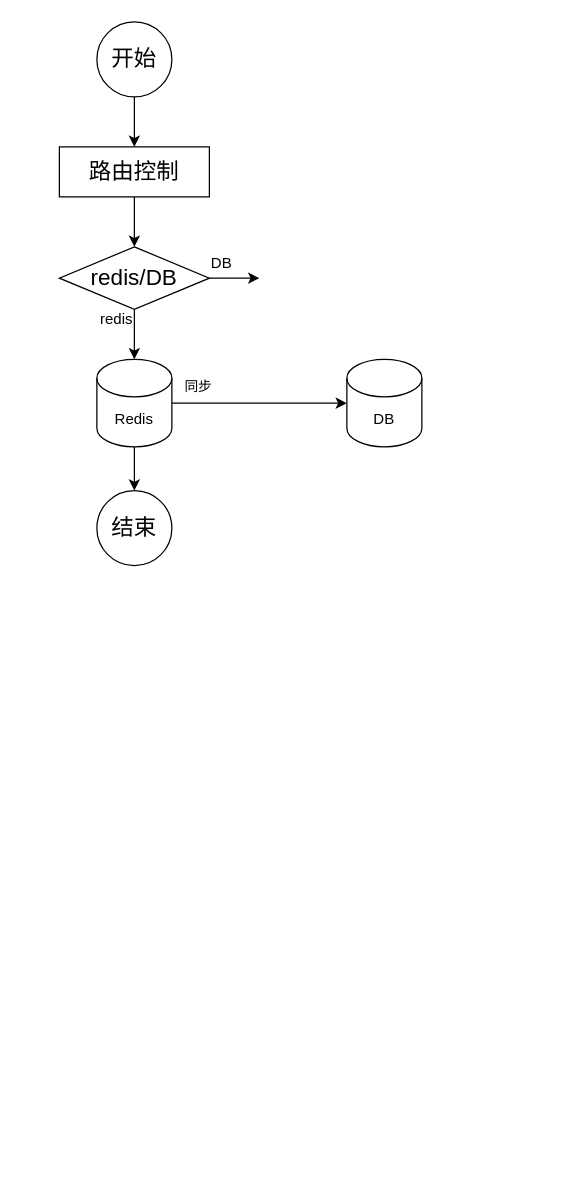
This is redis降级.drawio from S0Louis/drowio, a draw.io file, before an edit. Source tidied: cells renumbered, new cells numbered last; positions are measured from the earlier drawing's top-left corner, leaving out a move shared by most shapes. Both pictures are drawn from the tidied source at 125%, with x=0, y=0 at pixel (59, 21).
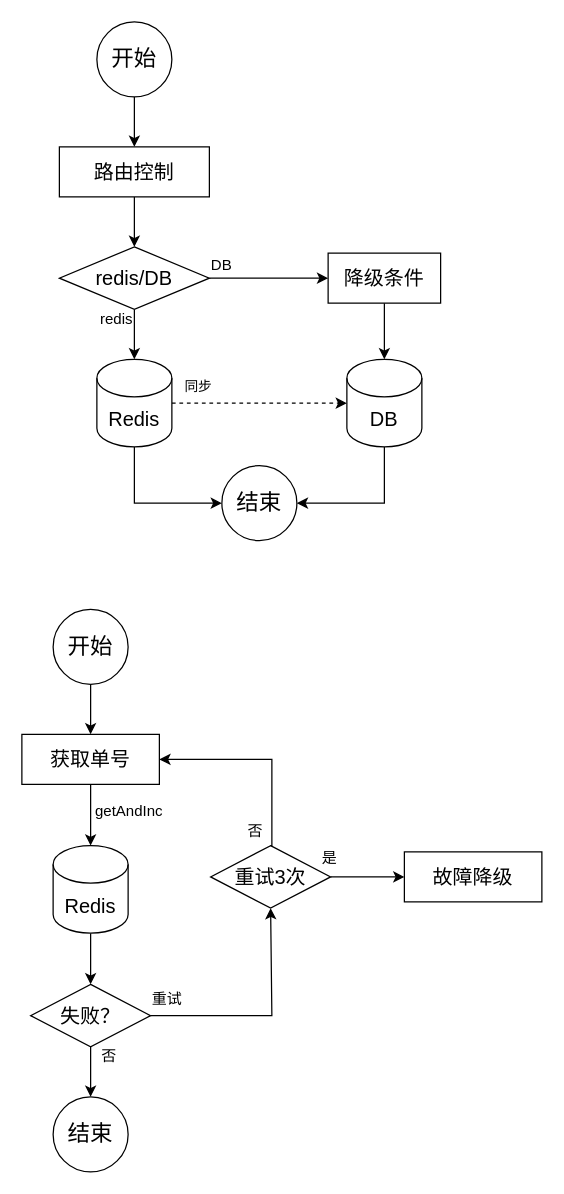
The same diagram, later.

Change to the diagram source:
```diff
@@
-    <mxCell id="5" value="路由控制" style="rounded=0;whiteSpace=wrap;html=1;fontSize=18;" parent="1" vertex="1">
+    <mxCell id="5" value="路由控制" style="rounded=0;whiteSpace=wrap;html=1;fontSize=16;" parent="1" vertex="1">
       <mxGeometry y="100" width="120" height="40" as="geometry" />
     </mxCell>
@@
-    <mxCell id="7" value="redis/DB" style="rhombus;whiteSpace=wrap;html=1;fontSize=18;" parent="1" vertex="1">
+    <mxCell id="7" value="redis/DB" style="rhombus;whiteSpace=wrap;html=1;fontSize=16;" parent="1" vertex="1">
       <mxGeometry y="180" width="120" height="50" as="geometry" />
     </mxCell>
@@
     <mxCell id="9" value="DB" style="text;html=1;align=center;verticalAlign=middle;whiteSpace=wrap;rounded=0;" parent="1" vertex="1">
-      <mxGeometry x="100" y="178" width="60" height="30" as="geometry" />
+      <mxGeometry x="100" y="180" width="60" height="30" as="geometry" />
     </mxCell>
-    <mxCell id="10" style="edgeStyle=orthogonalEdgeStyle;rounded=0;jettySize=auto;html=1;" parent="1" edge="1" source="7">
-      <mxGeometry relative="1" as="geometry">
-        <mxPoint x="160" y="205" as="targetPoint" />
-      </mxGeometry>
+    <mxCell id="10" style="edgeStyle=orthogonalEdgeStyle;rounded=0;jettySize=auto;html=1;entryX=0;entryY=0.5;entryDx=0;entryDy=0;" parent="1" edge="1" source="7" target="18">
+      <mxGeometry relative="1" as="geometry" />
     </mxCell>
-    <mxCell id="11" style="edgeStyle=orthogonalEdgeStyle;rounded=0;jettySize=auto;html=1;" parent="1" edge="1" source="14" target="15">
+    <mxCell id="11" style="edgeStyle=orthogonalEdgeStyle;rounded=0;jettySize=auto;html=1;dashed=1;" parent="1" edge="1" source="14" target="15">
       <mxGeometry relative="1" as="geometry" />
     </mxCell>
@@
-    <mxCell id="13" style="edgeStyle=orthogonalEdgeStyle;rounded=0;jettySize=auto;html=1;" parent="1" edge="1" source="14" target="16">
-      <mxGeometry relative="1" as="geometry" />
-    </mxCell>
-    <mxCell id="14" value="Redis" style="shape=cylinder3;whiteSpace=wrap;html=1;boundedLbl=1;backgroundOutline=1;size=15;" parent="1" vertex="1">
+    <mxCell id="14" value="Redis" style="shape=cylinder3;whiteSpace=wrap;html=1;boundedLbl=1;backgroundOutline=1;size=15;fontSize=16;" parent="1" vertex="1">
       <mxGeometry x="30" y="270" width="60" height="70" as="geometry" />
     </mxCell>
-    <mxCell id="15" value="DB" style="shape=cylinder3;whiteSpace=wrap;html=1;boundedLbl=1;backgroundOutline=1;size=15;" parent="1" vertex="1">
+    <mxCell id="15" value="DB" style="shape=cylinder3;whiteSpace=wrap;html=1;boundedLbl=1;backgroundOutline=1;size=15;fontSize=16;" parent="1" vertex="1">
       <mxGeometry x="230" y="270" width="60" height="70" as="geometry" />
     </mxCell>
-    <mxCell id="16" value="&lt;font style=&quot;font-size: 18px;&quot;&gt;结束&lt;/font&gt;" style="ellipse;whiteSpace=wrap;html=1;" parent="1" vertex="1">
-      <mxGeometry x="30" y="375" width="60" height="60" as="geometry" />
-    </mxCell>
+    <mxCell id="17" style="edgeStyle=orthogonalEdgeStyle;rounded=0;jettySize=auto;html=1;" parent="1" edge="1" source="18" target="15">
+      <mxGeometry relative="1" as="geometry" />
+    </mxCell>
+    <mxCell id="18" value="降级条件" style="rounded=0;whiteSpace=wrap;html=1;fontSize=16;" parent="1" vertex="1">
+      <mxGeometry x="215" y="185" width="90" height="40" as="geometry" />
+    </mxCell>
+    <mxCell id="19" style="edgeStyle=orthogonalEdgeStyle;rounded=0;jettySize=auto;html=1;exitX=0.5;exitY=1;exitDx=0;exitDy=0;exitPerimeter=0;" parent="1" edge="1" source="14" target="20">
+      <mxGeometry relative="1" as="geometry">
+        <Array as="points">
+          <mxPoint x="60" y="385" />
+        </Array>
+      </mxGeometry>
+    </mxCell>
+    <mxCell id="20" value="&lt;font style=&quot;font-size: 18px;&quot;&gt;结束&lt;/font&gt;" style="ellipse;whiteSpace=wrap;html=1;" parent="1" vertex="1">
+      <mxGeometry x="130" y="355" width="60" height="60" as="geometry" />
+    </mxCell>
+    <mxCell id="21" style="edgeStyle=orthogonalEdgeStyle;rounded=0;jettySize=auto;html=1;exitX=0.5;exitY=1;exitDx=0;exitDy=0;exitPerimeter=0;entryX=1;entryY=0.5;entryDx=0;entryDy=0;" parent="1" edge="1" source="15" target="20">
+      <mxGeometry relative="1" as="geometry">
+        <Array as="points">
+          <mxPoint x="260" y="385" />
+        </Array>
+      </mxGeometry>
+    </mxCell>
+    <mxCell id="22" style="edgeStyle=orthogonalEdgeStyle;rounded=0;jettySize=auto;html=1;" parent="1" edge="1" source="23" target="25">
+      <mxGeometry relative="1" as="geometry" />
+    </mxCell>
+    <mxCell id="23" value="获取单号" style="rounded=0;whiteSpace=wrap;html=1;fontSize=16;" parent="1" vertex="1">
+      <mxGeometry x="-30" y="570" width="110" height="40" as="geometry" />
+    </mxCell>
+    <mxCell id="24" style="edgeStyle=orthogonalEdgeStyle;rounded=0;jettySize=auto;html=1;" parent="1" edge="1" source="25" target="31">
+      <mxGeometry relative="1" as="geometry" />
+    </mxCell>
+    <mxCell id="25" value="Redis" style="shape=cylinder3;whiteSpace=wrap;html=1;boundedLbl=1;backgroundOutline=1;size=15;fontSize=16;" parent="1" vertex="1">
+      <mxGeometry x="-5" y="659" width="60" height="70" as="geometry" />
+    </mxCell>
+    <mxCell id="26" value="getAndInc" style="text;html=1;align=center;verticalAlign=middle;whiteSpace=wrap;rounded=0;" parent="1" vertex="1">
+      <mxGeometry x="26" y="617" width="60" height="30" as="geometry" />
+    </mxCell>
+    <mxCell id="27" style="edgeStyle=orthogonalEdgeStyle;rounded=0;jettySize=auto;html=1;entryX=0.5;entryY=0;entryDx=0;entryDy=0;" parent="1" edge="1" source="28" target="23">
+      <mxGeometry relative="1" as="geometry" />
+    </mxCell>
+    <mxCell id="28" value="&lt;font style=&quot;font-size: 18px;&quot;&gt;开始&lt;/font&gt;" style="ellipse;whiteSpace=wrap;html=1;" parent="1" vertex="1">
+      <mxGeometry x="-5" y="470" width="60" height="60" as="geometry" />
+    </mxCell>
+    <mxCell id="29" style="edgeStyle=orthogonalEdgeStyle;rounded=0;jettySize=auto;html=1;exitX=1;exitY=0.5;exitDx=0;exitDy=0;entryX=0.5;entryY=1;entryDx=0;entryDy=0;" parent="1" edge="1" source="31" target="33">
+      <mxGeometry relative="1" as="geometry">
+        <Array as="points">
+          <mxPoint x="170" y="795" />
+        </Array>
+      </mxGeometry>
+    </mxCell>
+    <mxCell id="30" style="edgeStyle=orthogonalEdgeStyle;rounded=0;jettySize=auto;html=1;" parent="1" edge="1" source="31" target="39">
+      <mxGeometry relative="1" as="geometry" />
+    </mxCell>
+    <mxCell id="31" value="失败？" style="rhombus;whiteSpace=wrap;html=1;fontSize=16;" parent="1" vertex="1">
+      <mxGeometry x="-23" y="770" width="96" height="50" as="geometry" />
+    </mxCell>
+    <mxCell id="32" value="重试" style="text;html=1;align=center;verticalAlign=middle;whiteSpace=wrap;rounded=0;" parent="1" vertex="1">
+      <mxGeometry x="72" y="772" width="29" height="20" as="geometry" />
+    </mxCell>
+    <mxCell id="33" value="重试3次" style="rhombus;whiteSpace=wrap;html=1;fontSize=16;" parent="1" vertex="1">
+      <mxGeometry x="121" y="659" width="96" height="50" as="geometry" />
+    </mxCell>
+    <mxCell id="34" style="edgeStyle=orthogonalEdgeStyle;rounded=0;jettySize=auto;html=1;exitX=0.5;exitY=0;exitDx=0;exitDy=0;entryX=1;entryY=0.5;entryDx=0;entryDy=0;" parent="1" edge="1" source="33" target="23">
+      <mxGeometry relative="1" as="geometry">
+        <Array as="points">
+          <mxPoint x="170" y="659" />
+          <mxPoint x="170" y="590" />
+        </Array>
+      </mxGeometry>
+    </mxCell>
+    <mxCell id="35" value="否" style="text;html=1;align=center;verticalAlign=middle;whiteSpace=wrap;rounded=0;" parent="1" vertex="1">
+      <mxGeometry x="147" y="643" width="20" height="10" as="geometry" />
+    </mxCell>
+    <mxCell id="36" value="是" style="text;html=1;align=center;verticalAlign=middle;whiteSpace=wrap;rounded=0;" parent="1" vertex="1">
+      <mxGeometry x="202" y="659" width="29" height="20" as="geometry" />
+    </mxCell>
+    <mxCell id="37" style="edgeStyle=orthogonalEdgeStyle;rounded=0;jettySize=auto;html=1;exitX=1;exitY=0.5;exitDx=0;exitDy=0;entryX=0;entryY=0.5;entryDx=0;entryDy=0;" parent="1" edge="1" source="33" target="38">
+      <mxGeometry relative="1" as="geometry">
+        <Array as="points">
+          <mxPoint x="277" y="684" />
+          <mxPoint x="277" y="684" />
+        </Array>
+      </mxGeometry>
+    </mxCell>
+    <mxCell id="38" value="故障降级" style="rounded=0;whiteSpace=wrap;html=1;fontSize=16;" parent="1" vertex="1">
+      <mxGeometry x="276" y="664" width="110" height="40" as="geometry" />
+    </mxCell>
+    <mxCell id="39" value="&lt;font style=&quot;font-size: 18px;&quot;&gt;结束&lt;/font&gt;" style="ellipse;whiteSpace=wrap;html=1;" parent="1" vertex="1">
+      <mxGeometry x="-5" y="860" width="60" height="60" as="geometry" />
+    </mxCell>
+    <mxCell id="40" value="否" style="text;html=1;align=center;verticalAlign=middle;whiteSpace=wrap;rounded=0;" parent="1" vertex="1">
+      <mxGeometry x="30" y="823" width="20" height="10" as="geometry" />
+    </mxCell>
```
